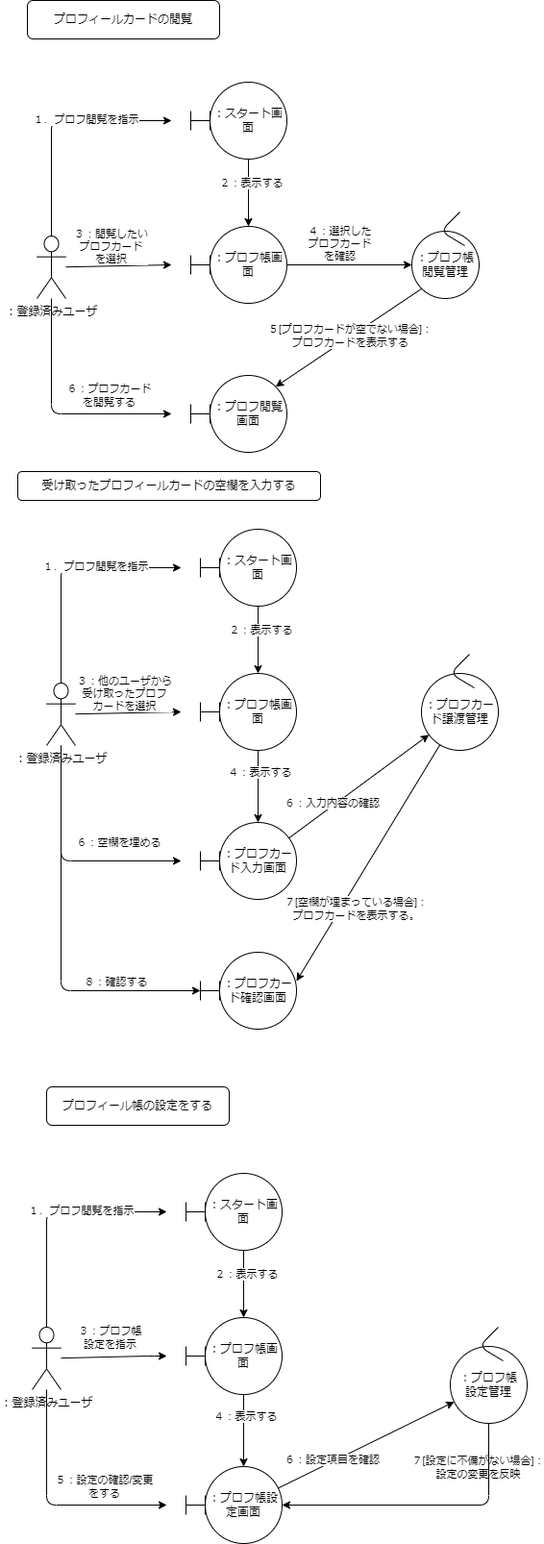
Before: commu2.drawio.png, a diagram exported from draw.io (MoritMorit/psp-pro4). Source tidied: cells renumbered, new cells last; positions are measured from the earlier drawing's top-left corner, leaving out a move shared by most shapes.
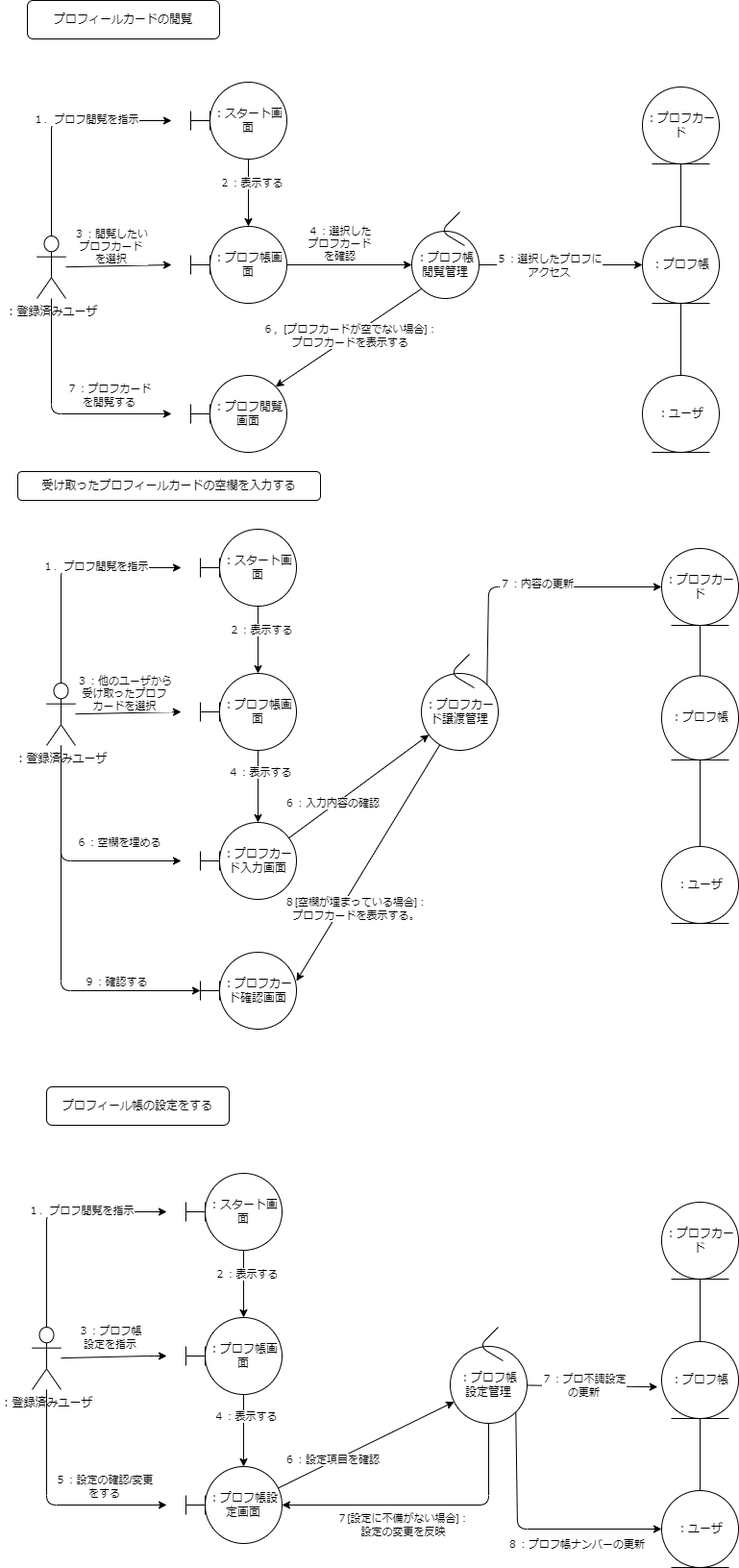
The same diagram one commit later.

Commit message:
ごめち、ねた

Diff of the diagram source:
```diff
@@ -33,7 +33,7 @@
         </Array>
       </mxGeometry>
     </mxCell>
-    <mxCell id="7" value="６：プロフカード&lt;br&gt;を閲覧する" style="edgeLabel;html=1;align=center;verticalAlign=middle;" parent="6" vertex="1">
+    <mxCell id="7" value="７：プロフカード&lt;br&gt;を閲覧する" style="edgeLabel;html=1;align=center;verticalAlign=middle;" parent="6" vertex="1">
       <mxGeometry x="0.27" relative="1" as="geometry">
         <mxPoint x="23" y="-20" as="offset" />
       </mxGeometry>
@@ -53,7 +53,7 @@
     <mxCell id="12" style="edgeStyle=none;html=1;exitX=0;exitY=1;exitDx=0;exitDy=0;entryX=1;entryY=0;entryDx=0;entryDy=0;" parent="1" edge="1" source="22" target="19">
       <mxGeometry relative="1" as="geometry" />
     </mxCell>
-    <mxCell id="13" value="５[プロフカードが空でない場合]：&lt;br&gt;プロフカードを表示する" style="edgeLabel;html=1;align=center;verticalAlign=middle;" parent="12" vertex="1">
+    <mxCell id="13" value="６，[プロフカードが空でない場合]：&lt;br&gt;プロフカードを表示する" style="edgeLabel;html=1;align=center;verticalAlign=middle;" parent="12" vertex="1">
       <mxGeometry x="0.29" relative="1" as="geometry">
         <mxPoint x="23" y="-17" as="offset" />
       </mxGeometry>
@@ -139,7 +139,7 @@
         </Array>
       </mxGeometry>
     </mxCell>
-    <mxCell id="31" value="８：確認する" style="edgeLabel;html=1;align=center;verticalAlign=middle;" parent="30" vertex="1">
+    <mxCell id="31" value="９：確認する" style="edgeLabel;html=1;align=center;verticalAlign=middle;" parent="30" vertex="1">
       <mxGeometry x="0.5" y="-6" relative="1" as="geometry">
         <mxPoint x="11" y="-16" as="offset" />
       </mxGeometry>
@@ -270,7 +270,7 @@
     </mxCell>
     <mxCell id="63" value="７[設定に不備がない場合]：&lt;br&gt;設定の変更を反映" style="edgeLabel;html=1;align=center;verticalAlign=middle;" parent="62" vertex="1">
       <mxGeometry x="-0.37" y="3" relative="1" as="geometry">
-        <mxPoint x="151" y="9" as="offset" />
+        <mxPoint x="73" y="69" as="offset" />
       </mxGeometry>
     </mxCell>
     <mxCell id="64" value="６：設定項目を確認" style="edgeLabel;html=1;align=center;verticalAlign=middle;" parent="62" vertex="1">
@@ -318,7 +318,7 @@
     <mxCell id="76" style="edgeStyle=none;html=1;entryX=1;entryY=0.375;entryDx=0;entryDy=0;entryPerimeter=0;" parent="1" edge="1" source="45" target="74">
       <mxGeometry relative="1" as="geometry" />
     </mxCell>
-    <mxCell id="77" value="７[空欄が埋まっている場合]：&lt;br&gt;プロフカードを表示する。" style="edgeLabel;html=1;align=center;verticalAlign=middle;" parent="76" vertex="1">
+    <mxCell id="77" value="８[空欄が埋まっている場合]：&lt;br&gt;プロフカードを表示する。" style="edgeLabel;html=1;align=center;verticalAlign=middle;" parent="76" vertex="1">
       <mxGeometry x="0.4" y="-3" relative="1" as="geometry">
         <mxPoint x="19" as="offset" />
       </mxGeometry>
@@ -330,5 +330,88 @@
         </Array>
       </mxGeometry>
     </mxCell>
+    <mxCell id="79" value="：プロフカード" style="ellipse;shape=umlEntity;whiteSpace=wrap;html=1;" parent="1" vertex="1">
+      <mxGeometry x="650" y="90" width="80" height="80" as="geometry" />
+    </mxCell>
+    <mxCell id="80" value="：プロフ帳" style="ellipse;shape=umlEntity;whiteSpace=wrap;html=1;" parent="1" vertex="1">
+      <mxGeometry x="650" y="235" width="80" height="80" as="geometry" />
+    </mxCell>
+    <mxCell id="81" value="：ユーザ" style="ellipse;shape=umlEntity;whiteSpace=wrap;html=1;" parent="1" vertex="1">
+      <mxGeometry x="650" y="390" width="80" height="80" as="geometry" />
+    </mxCell>
+    <mxCell id="82" style="edgeStyle=none;html=1;entryX=0;entryY=0.5;entryDx=0;entryDy=0;" parent="1" edge="1" source="22" target="80">
+      <mxGeometry relative="1" as="geometry" />
+    </mxCell>
+    <mxCell id="83" value="５：選択したプロフに&lt;br&gt;アクセス" style="edgeLabel;html=1;align=center;verticalAlign=middle;" parent="82" vertex="1">
+      <mxGeometry x="-0.55" relative="1" as="geometry">
+        <mxPoint x="34" as="offset" />
+      </mxGeometry>
+    </mxCell>
+    <mxCell id="84" style="endArrow=none;html=1;entryX=0.5;entryY=1;entryDx=0;entryDy=0;exitX=0.5;exitY=0;exitDx=0;exitDy=0;" parent="1" edge="1" source="80" target="79">
+      <mxGeometry relative="1" as="geometry" />
+    </mxCell>
+    <mxCell id="85" style="endArrow=none;html=1;entryX=0.5;entryY=1;entryDx=0;entryDy=0;exitX=0.5;exitY=0;exitDx=0;exitDy=0;" parent="1" edge="1" source="81" target="80">
+      <mxGeometry relative="1" as="geometry" />
+    </mxCell>
+    <mxCell id="86" value="：プロフ帳" style="ellipse;shape=umlEntity;whiteSpace=wrap;html=1;" parent="1" vertex="1">
+      <mxGeometry x="670" y="702.5" width="80" height="87.5" as="geometry" />
+    </mxCell>
+    <mxCell id="87" value="：ユーザ" style="ellipse;shape=umlEntity;whiteSpace=wrap;html=1;" parent="1" vertex="1">
+      <mxGeometry x="670" y="880" width="80" height="80" as="geometry" />
+    </mxCell>
+    <mxCell id="88" style="endArrow=none;html=1;entryX=0.5;entryY=1;entryDx=0;entryDy=0;exitX=0.5;exitY=0;exitDx=0;exitDy=0;" parent="1" edge="1" source="86" target="90">
+      <mxGeometry relative="1" as="geometry" />
+    </mxCell>
+    <mxCell id="89" style="endArrow=none;html=1;entryX=0.5;entryY=1;entryDx=0;entryDy=0;startArrow=none;exitX=0.5;exitY=0;exitDx=0;exitDy=0;" parent="1" edge="1" source="87" target="86">
+      <mxGeometry relative="1" as="geometry" />
+    </mxCell>
+    <mxCell id="90" value="：プロフカード" style="ellipse;shape=umlEntity;whiteSpace=wrap;html=1;" parent="1" vertex="1">
+      <mxGeometry x="670" y="570" width="80" height="80" as="geometry" />
+    </mxCell>
+    <mxCell id="91" value="：プロフカード" style="ellipse;shape=umlEntity;whiteSpace=wrap;html=1;" parent="1" vertex="1">
+      <mxGeometry x="670" y="1250" width="80" height="80" as="geometry" />
+    </mxCell>
+    <mxCell id="92" value="：プロフ帳" style="ellipse;shape=umlEntity;whiteSpace=wrap;html=1;" parent="1" vertex="1">
+      <mxGeometry x="670" y="1395" width="80" height="80" as="geometry" />
+    </mxCell>
+    <mxCell id="93" value="：ユーザ" style="ellipse;shape=umlEntity;whiteSpace=wrap;html=1;" parent="1" vertex="1">
+      <mxGeometry x="670" y="1550" width="80" height="80" as="geometry" />
+    </mxCell>
+    <mxCell id="94" style="endArrow=none;html=1;entryX=0.5;entryY=1;entryDx=0;entryDy=0;exitX=0.5;exitY=0;exitDx=0;exitDy=0;" parent="1" edge="1" source="92" target="91">
+      <mxGeometry relative="1" as="geometry" />
+    </mxCell>
+    <mxCell id="95" style="endArrow=none;html=1;entryX=0.5;entryY=1;entryDx=0;entryDy=0;exitX=0.5;exitY=0;exitDx=0;exitDy=0;" parent="1" edge="1" source="93" target="92">
+      <mxGeometry relative="1" as="geometry" />
+    </mxCell>
+    <mxCell id="96" style="edgeStyle=none;html=1;exitX=1;exitY=0;exitDx=0;exitDy=0;entryX=0;entryY=0.5;entryDx=0;entryDy=0;" parent="1" edge="1" source="45" target="90">
+      <mxGeometry relative="1" as="geometry">
+        <Array as="points">
+          <mxPoint x="490" y="610" />
+        </Array>
+      </mxGeometry>
+    </mxCell>
+    <mxCell id="97" value="７：内容の更新" style="edgeLabel;html=1;align=center;verticalAlign=middle;" parent="96" vertex="1">
+      <mxGeometry x="0.07" y="4" relative="1" as="geometry" />
+    </mxCell>
+    <mxCell id="98" style="edgeStyle=none;html=1;entryX=-0.052;entryY=0.59;entryDx=0;entryDy=0;entryPerimeter=0;" parent="1" edge="1" source="68" target="92">
+      <mxGeometry relative="1" as="geometry" />
+    </mxCell>
+    <mxCell id="99" value="７：プロ不調設定&lt;br&gt;の更新" style="edgeLabel;html=1;align=center;verticalAlign=middle;" parent="98" vertex="1">
+      <mxGeometry x="-0.61" relative="1" as="geometry">
+        <mxPoint x="32" as="offset" />
+      </mxGeometry>
+    </mxCell>
+    <mxCell id="100" style="edgeStyle=none;html=1;exitX=1;exitY=1;exitDx=0;exitDy=0;entryX=0;entryY=0.5;entryDx=0;entryDy=0;" parent="1" edge="1" source="68" target="93">
+      <mxGeometry relative="1" as="geometry">
+        <Array as="points">
+          <mxPoint x="520" y="1590" />
+        </Array>
+      </mxGeometry>
+    </mxCell>
+    <mxCell id="101" value="８：プロフ帳ナンバーの更新" style="edgeLabel;html=1;align=center;verticalAlign=middle;" parent="100" vertex="1">
+      <mxGeometry x="0.21" y="2" relative="1" as="geometry">
+        <mxPoint x="18" y="17" as="offset" />
+      </mxGeometry>
+    </mxCell>
   </root>
 </mxGraphModel>
```
